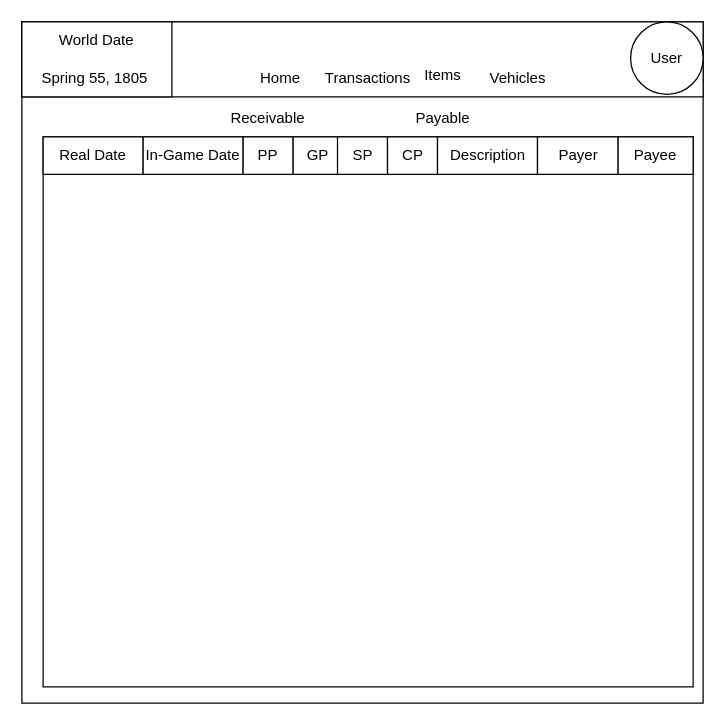
Earlier version of the draw.io diagram docs/Diagrams/Transactions Page.drawio (Hinrichsta/CampaignTracker). Source tidied: cells renumbered, new cells numbered last; positions are measured from the earlier drawing's top-left corner, leaving out a move shared by most shapes. Both pictures are drawn from the tidied source at 125%, with x=0, y=0 at pixel (21, 21).
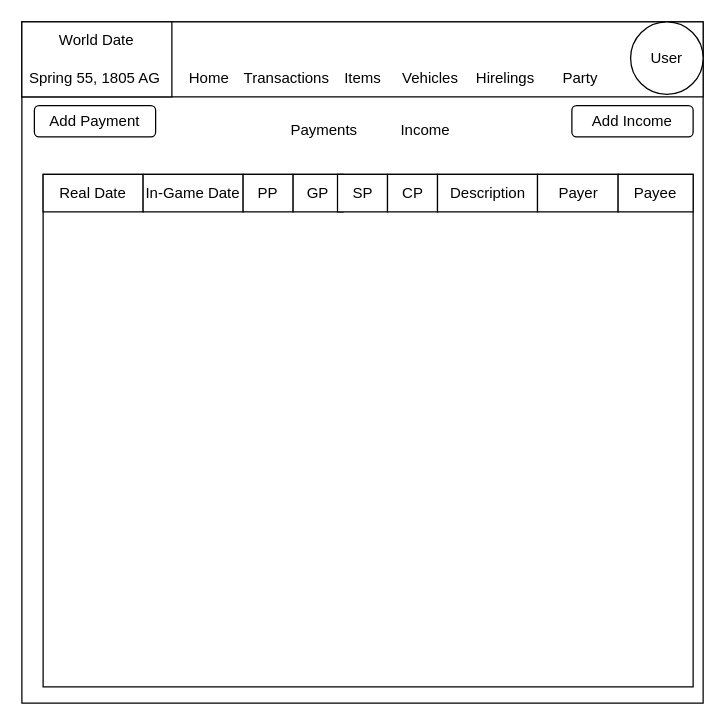
After the change.

Diff of the diagram source:
```diff
@@
-    <mxCell id="4" value="Home" style="text;html=1;align=center;verticalAlign=middle;whiteSpace=wrap;rounded=0;" parent="1" vertex="1">
-      <mxGeometry x="177" y="30" width="60" height="30" as="geometry" />
-    </mxCell>
-    <mxCell id="5" value="Transactions" style="text;html=1;align=center;verticalAlign=middle;whiteSpace=wrap;rounded=0;" parent="1" vertex="1">
-      <mxGeometry x="247" y="30" width="60" height="30" as="geometry" />
-    </mxCell>
-    <mxCell id="6" value="Items" style="text;html=1;align=center;verticalAlign=middle;whiteSpace=wrap;rounded=0;" parent="1" vertex="1">
-      <mxGeometry x="307" y="28" width="60" height="30" as="geometry" />
-    </mxCell>
-    <mxCell id="7" value="Vehicles" style="text;html=1;align=center;verticalAlign=middle;whiteSpace=wrap;rounded=0;" parent="1" vertex="1">
-      <mxGeometry x="367" y="30" width="60" height="30" as="geometry" />
-    </mxCell>
-    <mxCell id="8" value="Receivable" style="text;html=1;align=center;verticalAlign=middle;whiteSpace=wrap;rounded=0;" parent="1" vertex="1">
-      <mxGeometry x="167" y="62" width="60" height="30" as="geometry" />
+    <mxCell id="8" value="Payments" style="text;html=1;align=center;verticalAlign=middle;whiteSpace=wrap;rounded=0;" parent="1" vertex="1">
+      <mxGeometry x="212" y="72" width="60" height="30" as="geometry" />
     </mxCell>
-    <mxCell id="9" value="Payable" style="text;html=1;align=center;verticalAlign=middle;whiteSpace=wrap;rounded=0;" parent="1" vertex="1">
-      <mxGeometry x="307" y="62" width="60" height="30" as="geometry" />
+    <mxCell id="9" value="Income" style="text;html=1;align=center;verticalAlign=middle;whiteSpace=wrap;rounded=0;" parent="1" vertex="1">
+      <mxGeometry x="292.5" y="72" width="60" height="30" as="geometry" />
     </mxCell>
     <mxCell id="10" style="rounded=0;whiteSpace=wrap;html=1;" parent="1" vertex="1">
-      <mxGeometry x="17" y="92" width="520" height="440" as="geometry" />
+      <mxGeometry x="17" y="122" width="520" height="410" as="geometry" />
     </mxCell>
     <mxCell id="11" value="Real Date" style="rounded=0;whiteSpace=wrap;html=1;" parent="1" vertex="1">
-      <mxGeometry x="17" y="92" width="80" height="30" as="geometry" />
+      <mxGeometry x="17" y="122" width="80" height="30" as="geometry" />
     </mxCell>
@@
-    <mxCell id="13" style="rounded=0;whiteSpace=wrap;html=1;" parent="1" vertex="1">
-      <mxGeometry width="120" height="60" as="geometry" />
-    </mxCell>
-    <mxCell id="14" value="World Date" style="text;html=1;align=center;verticalAlign=middle;whiteSpace=wrap;rounded=0;" parent="1" vertex="1">
-      <mxGeometry x="20" width="80" height="30" as="geometry" />
-    </mxCell>
-    <mxCell id="15" value="Spring 55, 1805" style="text;html=1;align=center;verticalAlign=middle;whiteSpace=wrap;rounded=0;" parent="1" vertex="1">
-      <mxGeometry y="30" width="117" height="30" as="geometry" />
-    </mxCell>
     <mxCell id="16" value="In-Game Date" style="rounded=0;whiteSpace=wrap;html=1;" parent="1" vertex="1">
-      <mxGeometry x="97" y="92" width="80" height="30" as="geometry" />
+      <mxGeometry x="97" y="122" width="80" height="30" as="geometry" />
     </mxCell>
     <mxCell id="17" value="PP" style="rounded=0;whiteSpace=wrap;html=1;" parent="1" vertex="1">
-      <mxGeometry x="177" y="92" width="40" height="30" as="geometry" />
+      <mxGeometry x="177" y="122" width="40" height="30" as="geometry" />
     </mxCell>
     <mxCell id="18" value="GP" style="rounded=0;whiteSpace=wrap;html=1;" parent="1" vertex="1">
-      <mxGeometry x="217" y="92" width="40" height="30" as="geometry" />
+      <mxGeometry x="217" y="122" width="40" height="30" as="geometry" />
     </mxCell>
     <mxCell id="19" value="SP" style="rounded=0;whiteSpace=wrap;html=1;" parent="1" vertex="1">
-      <mxGeometry x="252.5" y="92" width="40" height="30" as="geometry" />
+      <mxGeometry x="252.5" y="122" width="40" height="30" as="geometry" />
     </mxCell>
     <mxCell id="20" value="CP" style="rounded=0;whiteSpace=wrap;html=1;" parent="1" vertex="1">
-      <mxGeometry x="292.5" y="92" width="40" height="30" as="geometry" />
+      <mxGeometry x="292.5" y="122" width="40" height="30" as="geometry" />
     </mxCell>
     <mxCell id="21" value="Description" style="rounded=0;whiteSpace=wrap;html=1;" parent="1" vertex="1">
-      <mxGeometry x="332.5" y="92" width="80" height="30" as="geometry" />
+      <mxGeometry x="332.5" y="122" width="80" height="30" as="geometry" />
     </mxCell>
     <mxCell id="22" value="Payer" style="rounded=0;whiteSpace=wrap;html=1;" parent="1" vertex="1">
-      <mxGeometry x="412.5" y="92" width="64.5" height="30" as="geometry" />
+      <mxGeometry x="412.5" y="122" width="64.5" height="30" as="geometry" />
     </mxCell>
     <mxCell id="23" value="Payee" style="rounded=0;whiteSpace=wrap;html=1;" parent="1" vertex="1">
-      <mxGeometry x="477" y="92" width="60" height="30" as="geometry" />
+      <mxGeometry x="477" y="122" width="60" height="30" as="geometry" />
     </mxCell>
+    <mxCell id="4" value="Home" style="text;html=1;align=center;verticalAlign=middle;whiteSpace=wrap;rounded=0;" parent="1" vertex="1">
+      <mxGeometry x="120" y="30" width="60" height="30" as="geometry" />
+    </mxCell>
+    <mxCell id="5" value="Transactions" style="text;html=1;align=center;verticalAlign=middle;whiteSpace=wrap;rounded=0;" parent="1" vertex="1">
+      <mxGeometry x="182" y="30" width="60" height="30" as="geometry" />
+    </mxCell>
+    <mxCell id="6" value="Items" style="text;html=1;align=center;verticalAlign=middle;whiteSpace=wrap;rounded=0;" parent="1" vertex="1">
+      <mxGeometry x="242.5" y="30" width="60" height="30" as="geometry" />
+    </mxCell>
+    <mxCell id="7" value="Vehicles" style="text;html=1;align=center;verticalAlign=middle;whiteSpace=wrap;rounded=0;" parent="1" vertex="1">
+      <mxGeometry x="297" y="30" width="60" height="30" as="geometry" />
+    </mxCell>
+    <mxCell id="13" style="rounded=0;whiteSpace=wrap;html=1;" parent="1" vertex="1">
+      <mxGeometry width="120" height="60" as="geometry" />
+    </mxCell>
+    <mxCell id="14" value="World Date" style="text;html=1;align=center;verticalAlign=middle;whiteSpace=wrap;rounded=0;" parent="1" vertex="1">
+      <mxGeometry x="20" width="80" height="30" as="geometry" />
+    </mxCell>
+    <mxCell id="24" value="Spring 55, 1805 AG" style="text;html=1;align=center;verticalAlign=middle;whiteSpace=wrap;rounded=0;" parent="1" vertex="1">
+      <mxGeometry y="30" width="117" height="30" as="geometry" />
+    </mxCell>
+    <mxCell id="25" value="Hirelings" style="text;html=1;align=center;verticalAlign=middle;whiteSpace=wrap;rounded=0;" parent="1" vertex="1">
+      <mxGeometry x="357" y="30" width="60" height="30" as="geometry" />
+    </mxCell>
+    <mxCell id="26" value="Party" style="text;html=1;align=center;verticalAlign=middle;whiteSpace=wrap;rounded=0;" parent="1" vertex="1">
+      <mxGeometry x="417" y="30" width="60" height="30" as="geometry" />
+    </mxCell>
+    <mxCell id="27" value="Add Payment" style="rounded=1;whiteSpace=wrap;html=1;" parent="1" vertex="1">
+      <mxGeometry x="10" y="67" width="97" height="25" as="geometry" />
+    </mxCell>
+    <mxCell id="28" value="Add Income" style="rounded=1;whiteSpace=wrap;html=1;" parent="1" vertex="1">
+      <mxGeometry x="440" y="67" width="97" height="25" as="geometry" />
+    </mxCell>
```
